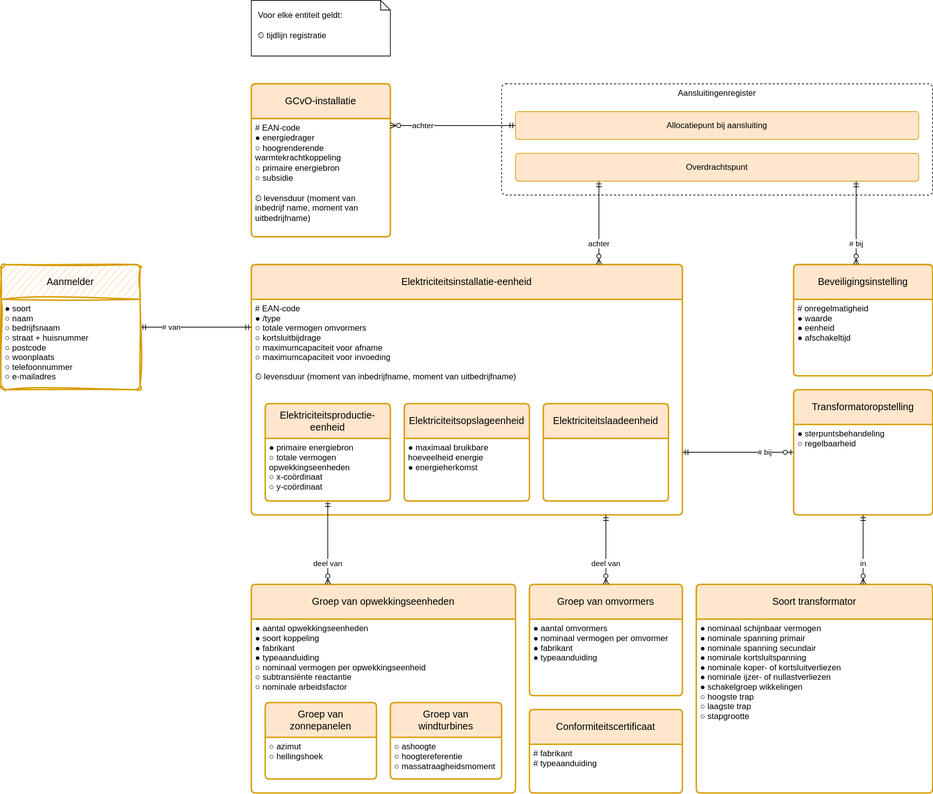
Before: registers/installatieregister/1.0/installatieregister.drawio.svg, a diagram exported from draw.io (Netbeheer-Nederland/stelsel). Source tidied: cells renumbered, new cells last; positions are measured from the earlier drawing's top-left corner, leaving out a move shared by most shapes.
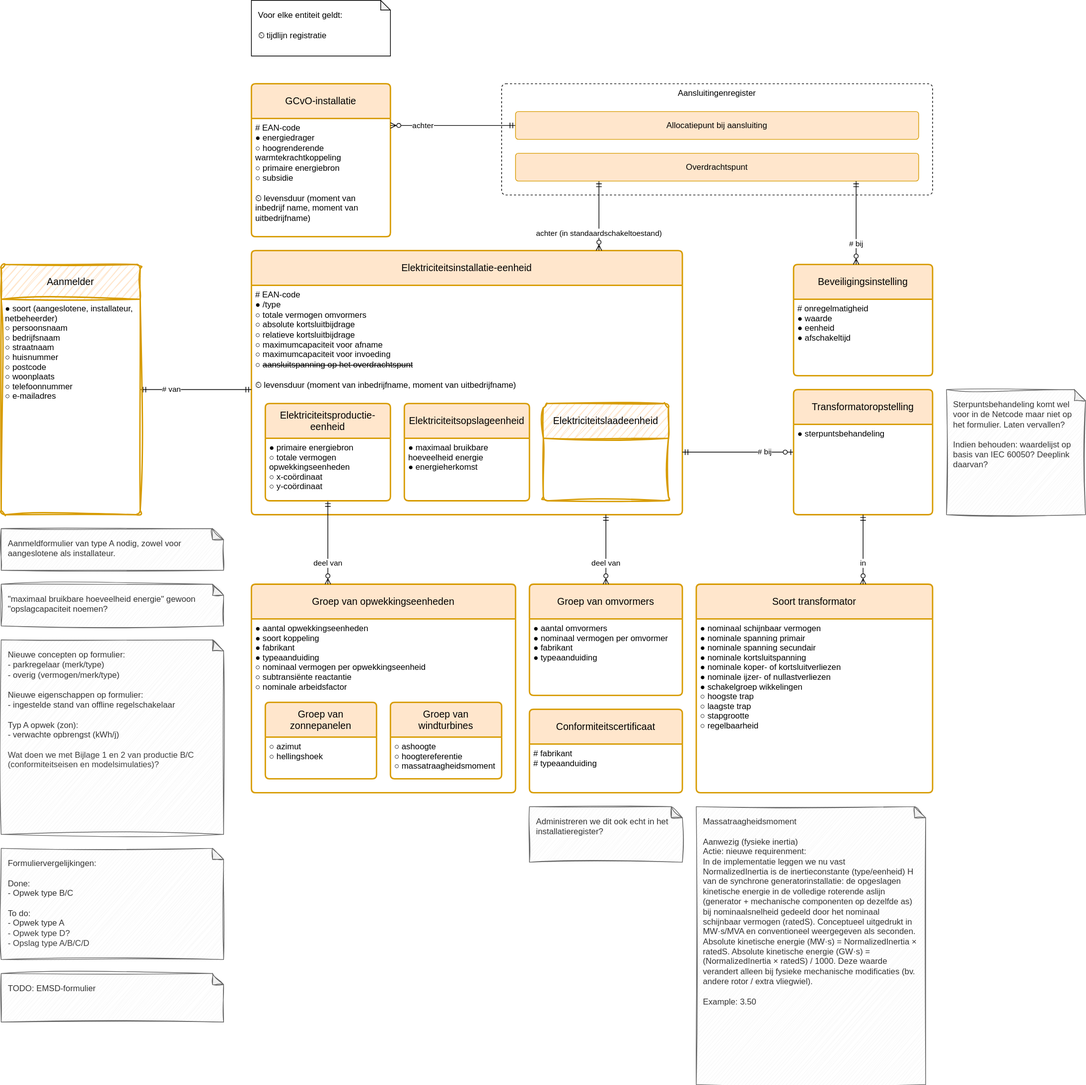
Above is the later version.

Commit message:
Excel met GAPs verwerkt

Change to the diagram source:
```diff
@@ -15,10 +15,10 @@
       <mxGeometry x="-0.67" relative="1" as="geometry" />
     </mxCell>
     <mxCell id="6" value="Elektriciteitsinstallatie-eenheid" style="swimlane;horizontal=1;startSize=50;rounded=1;fontSize=14;fontStyle=0;strokeWidth=2;shadow=0;dashed=0;align=center;fillColor=#ffe6cc;strokeColor=#d79b00;arcSize=4;whiteSpace=wrap;html=1;spacing=10;" parent="1" vertex="1">
-      <mxGeometry x="360" y="380" width="620" height="360" as="geometry" />
+      <mxGeometry x="360" y="360" width="620" height="380" as="geometry" />
     </mxCell>
-    <mxCell id="7" value="# EAN-code&#10;● /type&#10;○ totale vermogen omvormers&#10;○ kortsluitbijdrage&#10;○ maximumcapaciteit voor afname&#10;○ maximumcapaciteit voor invoeding&#10;&#10;⏲ levensduur (moment van inbedrijfname, moment van uitbedrijfname)" style="align=left;strokeColor=none;fillColor=none;spacingLeft=4;fontSize=12;verticalAlign=top;" parent="6" vertex="1">
-      <mxGeometry y="50" width="620" height="310" as="geometry" />
+    <mxCell id="7" value="&lt;font&gt;# EAN-code&lt;br&gt;● /type&lt;br&gt;○&amp;nbsp;totale vermogen omvormers&lt;br&gt;○ absolute kortsluitbijdrage&lt;br&gt;○ relatieve kortsluitbijdrage&lt;br&gt;○&amp;nbsp;maximumcapaciteit voor&amp;nbsp;afname&lt;br&gt;○&amp;nbsp;maximumcapaciteit voor&amp;nbsp;invoeding&lt;br&gt;○&amp;nbsp;&lt;strike&gt;aansluitspanning op het overdrachtspunt&lt;/strike&gt;&lt;br&gt;&lt;br&gt;&lt;/font&gt;&lt;div&gt;&lt;font&gt;⏲&amp;nbsp;levensduur (moment van inbedrijfname, moment van uitbedrijfname)&lt;/font&gt;&lt;/div&gt;" style="align=left;strokeColor=none;fillColor=none;spacingLeft=4;fontSize=12;verticalAlign=top;fontColor=default;html=1;" parent="6" vertex="1">
+      <mxGeometry y="50" width="620" height="330" as="geometry" />
     </mxCell>
     <mxCell id="8" value="Groep van opwekkingseenheden" style="swimlane;horizontal=1;startSize=50;rounded=1;fontSize=14;fontStyle=0;strokeWidth=2;shadow=0;dashed=0;align=center;fillColor=#ffe6cc;strokeColor=#d79b00;arcSize=4;whiteSpace=wrap;html=1;spacing=10;" parent="1" vertex="1">
       <mxGeometry x="360" y="840" width="380" height="300" as="geometry" />
@@ -29,7 +29,7 @@
     <mxCell id="10" value="Soort transformator" style="swimlane;horizontal=1;startSize=50;rounded=1;fontSize=14;fontStyle=0;strokeWidth=2;shadow=0;dashed=0;align=center;fillColor=#ffe6cc;strokeColor=#d79b00;arcSize=4;whiteSpace=wrap;html=1;spacing=10;" parent="1" vertex="1">
       <mxGeometry x="1000" y="840" width="340" height="300" as="geometry" />
     </mxCell>
-    <mxCell id="11" value="● nominaal schijnbaar vermogen&#10;● nominale spanning primair&#10;● nominale spanning secundair&#10;● nominale kortsluitspanning&#10;● nominale koper- of kortsluitverliezen&#10;● nominale ijzer- of nullastverliezen&#10;● schakelgroep wikkelingen&#10;○ hoogste trap&#10;○ laagste trap&#10;○ stapgrootte" style="align=left;strokeColor=none;fillColor=none;spacingLeft=4;fontSize=12;verticalAlign=top;" parent="10" vertex="1">
+    <mxCell id="11" value="● nominaal schijnbaar vermogen&#10;● nominale spanning primair&#10;● nominale spanning secundair&#10;● nominale kortsluitspanning&#10;● nominale koper- of kortsluitverliezen&#10;● nominale ijzer- of nullastverliezen&#10;● schakelgroep wikkelingen&#10;○ hoogste trap&#10;○ laagste trap&#10;○ stapgrootte&#10;○ regelbaarheid" style="align=left;strokeColor=none;fillColor=none;spacingLeft=4;fontSize=12;verticalAlign=top;" parent="10" vertex="1">
       <mxGeometry y="50" width="340" height="250" as="geometry" />
     </mxCell>
     <mxCell id="12" value="deel van" style="endArrow=ERzeroToMany;html=1;rounded=0;startArrow=ERmandOne;startFill=0;endFill=0;edgeStyle=elbowEdgeStyle;align=center;" parent="1" edge="1" source="14" target="8">
@@ -50,7 +50,7 @@
     <mxCell id="17" value="● maximaal bruikbare&#10;   hoeveelheid energie&#10;● energieherkomst" style="align=left;strokeColor=none;fillColor=none;spacingLeft=4;fontSize=12;verticalAlign=top;fontStyle=0;" parent="16" vertex="1">
       <mxGeometry y="50" width="180" height="90" as="geometry" />
     </mxCell>
-    <mxCell id="18" value="achter" style="endArrow=ERmandOne;html=1;rounded=0;endFill=0;startArrow=ERzeroToMany;startFill=0;align=center;edgeStyle=elbowEdgeStyle;" parent="1" edge="1" source="6" target="19">
+    <mxCell id="18" value="achter (in standaardschakeltoestand)" style="endArrow=ERmandOne;html=1;rounded=0;endFill=0;startArrow=ERzeroToMany;startFill=0;align=center;edgeStyle=elbowEdgeStyle;" parent="1" edge="1" source="6" target="19">
       <mxGeometry x="-0.5" relative="1" as="geometry" />
     </mxCell>
     <mxCell id="19" value="Overdrachtspunt" style="rounded=1;arcSize=10;whiteSpace=wrap;html=1;align=center;fillColor=#ffe6cc;strokeColor=#d79b00;" parent="1" vertex="1">
@@ -86,7 +86,7 @@
     <mxCell id="29" value="Transformatoropstelling" style="swimlane;horizontal=1;startSize=50;rounded=1;fontSize=14;fontStyle=0;strokeWidth=2;shadow=0;dashed=0;align=center;fillColor=#ffe6cc;strokeColor=#d79b00;arcSize=4;whiteSpace=wrap;html=1;spacing=10;" parent="1" vertex="1">
       <mxGeometry x="1140" y="560" width="200" height="180" as="geometry" />
     </mxCell>
-    <mxCell id="30" value="● sterpuntsbehandeling&#10;○ regelbaarheid" style="align=left;strokeColor=none;fillColor=none;spacingLeft=4;fontSize=12;verticalAlign=top;" parent="29" vertex="1">
+    <mxCell id="30" value="● sterpuntsbehandeling" style="align=left;strokeColor=none;fillColor=none;spacingLeft=4;fontSize=12;verticalAlign=top;" parent="29" vertex="1">
       <mxGeometry y="50" width="200" height="130" as="geometry" />
     </mxCell>
     <mxCell id="31" value="in" style="endArrow=ERzeroToMany;html=1;rounded=0;startArrow=ERmandOne;startFill=0;endFill=0;align=center;edgeStyle=elbowEdgeStyle;" parent="1" edge="1" source="29" target="10">
@@ -104,7 +104,7 @@
     <mxCell id="35" value="○ ashoogte&#10;○ hoogtereferentie&#10;○ massatraagheidsmoment" style="align=left;strokeColor=none;fillColor=none;spacingLeft=4;fontSize=12;verticalAlign=top;" parent="34" vertex="1">
       <mxGeometry y="50" width="160" height="60" as="geometry" />
     </mxCell>
-    <mxCell id="36" value="Elektriciteitslaadeenheid" style="swimlane;horizontal=1;startSize=50;rounded=1;fontSize=14;fontStyle=0;strokeWidth=2;shadow=0;dashed=0;align=center;fillColor=#ffe6cc;strokeColor=#d79b00;arcSize=4;whiteSpace=wrap;html=1;spacing=10;" parent="1" vertex="1">
+    <mxCell id="36" value="Elektriciteitslaadeenheid" style="swimlane;horizontal=1;startSize=50;rounded=1;fontSize=14;fontStyle=0;strokeWidth=2;shadow=0;dashed=0;align=center;fillColor=#ffe6cc;strokeColor=#d79b00;arcSize=4;whiteSpace=wrap;html=1;spacing=10;sketch=1;curveFitting=1;jiggle=2;" parent="1" vertex="1">
       <mxGeometry x="780" y="580" width="180" height="140" as="geometry" />
     </mxCell>
     <mxCell id="37" value=" " style="align=left;strokeColor=none;fillColor=none;spacingLeft=4;fontSize=12;verticalAlign=top;fontStyle=0;" parent="36" vertex="1">
@@ -117,10 +117,34 @@
       <mxGeometry x="-0.62" relative="1" as="geometry" />
     </mxCell>
     <mxCell id="40" value="Aanmelder" style="swimlane;horizontal=1;startSize=50;rounded=1;fontSize=14;fontStyle=0;strokeWidth=2;shadow=0;dashed=0;align=center;fillColor=#ffe6cc;strokeColor=#d79b00;arcSize=4;whiteSpace=wrap;html=1;spacing=10;sketch=1;curveFitting=1;jiggle=2;" parent="1" vertex="1">
-      <mxGeometry y="380" width="200" height="180" as="geometry" />
+      <mxGeometry y="380" width="200" height="360" as="geometry" />
     </mxCell>
-    <mxCell id="41" value="● soort&#10;○ naam &#10;○ bedrijfsnaam &#10;○ straat + huisnummer&#10;○ postcode&#10;○ woonplaats&#10;○ telefoonnummer&#10;○ e-mailadres" style="align=left;strokeColor=none;fillColor=none;spacingLeft=4;fontSize=12;verticalAlign=top;" parent="40" vertex="1">
-      <mxGeometry y="50" width="200" height="130" as="geometry" />
+    <mxCell id="41" value="● soort (aangeslotene, installateur,&#10;   netbeheerder)&#10;○ persoonsnaam &#10;○ bedrijfsnaam &#10;○ straatnaam&#10;○ huisnummer&#10;○ postcode&#10;○ woonplaats&#10;○ telefoonnummer&#10;○ e-mailadres" style="align=left;strokeColor=none;fillColor=none;spacingLeft=4;fontSize=12;verticalAlign=top;" parent="40" vertex="1">
+      <mxGeometry y="50" width="200" height="310" as="geometry" />
     </mxCell>
+    <mxCell id="42" value="Aanmeldformulier van type A nodig, zowel voor aangeslotene als installateur." style="shape=note;whiteSpace=wrap;html=1;backgroundOutline=1;darkOpacity=0.05;sketch=1;curveFitting=1;jiggle=2;fillColor=#f5f5f5;fontColor=#333333;strokeColor=#666666;spacing=10;verticalAlign=top;align=left;size=16;" parent="1" vertex="1">
+      <mxGeometry y="760" width="320" height="60" as="geometry" />
+    </mxCell>
+    <mxCell id="43" value="Sterpuntsbehandeling komt wel voor in de Netcode maar niet op het formulier. Laten vervallen?&lt;div&gt;&lt;br&gt;&lt;/div&gt;&lt;div&gt;Indien behouden: waardelijst op basis van IEC 60050? Deeplink daarvan?&lt;/div&gt;" style="shape=note;whiteSpace=wrap;html=1;backgroundOutline=1;darkOpacity=0.05;sketch=1;curveFitting=1;jiggle=2;fillColor=#f5f5f5;fontColor=#333333;strokeColor=#666666;spacing=10;verticalAlign=top;align=left;size=16;" parent="1" vertex="1">
+      <mxGeometry x="1360" y="560" width="200" height="180" as="geometry" />
+    </mxCell>
+    <mxCell id="44" value="&lt;div&gt;&lt;font color=&quot;#333333&quot;&gt;Massatraagheidsmoment&lt;/font&gt;&lt;/div&gt;&lt;div&gt;&lt;font color=&quot;#333333&quot;&gt;&lt;br&gt;&lt;/font&gt;&lt;/div&gt;&lt;div&gt;&lt;font color=&quot;#333333&quot;&gt;Aanwezig (fysieke inertia)&lt;/font&gt;&lt;/div&gt;&lt;div&gt;&lt;font color=&quot;#333333&quot;&gt;Actie: nieuwe requirenment:&lt;/font&gt;&lt;/div&gt;&lt;div&gt;&lt;font color=&quot;#333333&quot;&gt;In de implementatie leggen we nu vast&lt;/font&gt;&lt;/div&gt;&lt;div&gt;&lt;font color=&quot;#333333&quot;&gt;NormalizedInertia is de inertieconstante (type/eenheid) H van de synchrone generatorinstallatie: de opgeslagen kinetische energie in de volledige roterende aslijn (generator + mechanische componenten op dezelfde as) bij nominaalsnelheid gedeeld door het nominaal schijnbaar vermogen (ratedS). Conceptueel uitgedrukt in MW·s/MVA en conventioneel weergegeven als seconden. Absolute kinetische energie (MW·s) = NormalizedInertia × ratedS. Absolute kinetische energie (GW·s) = (NormalizedInertia × ratedS) / 1000. Deze waarde verandert alleen bij fysieke mechanische modificaties (bv. andere rotor / extra vliegwiel).&lt;/font&gt;&lt;/div&gt;&lt;div&gt;&lt;font color=&quot;#333333&quot;&gt;&lt;br&gt;&lt;/font&gt;&lt;/div&gt;&lt;div&gt;&lt;font color=&quot;#333333&quot;&gt;Example: 3.50&lt;/font&gt;&lt;/div&gt;" style="shape=note;whiteSpace=wrap;html=1;backgroundOutline=1;darkOpacity=0.05;sketch=1;curveFitting=1;jiggle=2;fillColor=#f5f5f5;fontColor=#333333;strokeColor=#666666;spacing=10;verticalAlign=top;align=left;size=16;" parent="1" vertex="1">
+      <mxGeometry x="1000" y="1160" width="330" height="400" as="geometry" />
+    </mxCell>
+    <mxCell id="45" value="&quot;maximaal bruikbare hoeveelheid energie&quot; gewoon &quot;opslagcapaciteit noemen?" style="shape=note;whiteSpace=wrap;html=1;backgroundOutline=1;darkOpacity=0.05;sketch=1;curveFitting=1;jiggle=2;fillColor=#f5f5f5;fontColor=#333333;strokeColor=#666666;spacing=10;verticalAlign=top;align=left;size=16;" parent="1" vertex="1">
+      <mxGeometry y="840" width="320" height="60" as="geometry" />
+    </mxCell>
+    <mxCell id="46" value="Nieuwe concepten op formulier:&lt;div&gt;- parkregelaar (merk/type)&lt;/div&gt;&lt;div&gt;- overig (vermogen/merk/type)&lt;/div&gt;&lt;div&gt;&lt;br&gt;&lt;/div&gt;&lt;div&gt;Nieuwe eigenschappen op formulier:&lt;/div&gt;&lt;div&gt;- ingestelde stand van offline regelschakelaar&lt;/div&gt;&lt;div&gt;&lt;br&gt;&lt;/div&gt;&lt;div&gt;Typ A opwek (zon):&lt;/div&gt;&lt;div&gt;- verwachte opbrengst (kWh/j)&lt;/div&gt;&lt;div&gt;&lt;br&gt;&lt;/div&gt;&lt;div&gt;&lt;span style=&quot;color: rgb(63, 63, 63); background-color: transparent;&quot;&gt;Wat doen we met Bijlage 1 en 2 van productie B/C (conformiteitseisen en modelsimulaties)?&lt;/span&gt;&lt;/div&gt;" style="shape=note;whiteSpace=wrap;html=1;backgroundOutline=1;darkOpacity=0.05;sketch=1;curveFitting=1;jiggle=2;fillColor=#f5f5f5;fontColor=#333333;strokeColor=#666666;spacing=10;verticalAlign=top;align=left;size=16;" parent="1" vertex="1">
+      <mxGeometry y="920" width="320" height="280" as="geometry" />
+    </mxCell>
+    <mxCell id="47" value="Administreren we dit ook echt in het installatieregister?" style="shape=note;whiteSpace=wrap;html=1;backgroundOutline=1;darkOpacity=0.05;sketch=1;curveFitting=1;jiggle=2;fillColor=#f5f5f5;fontColor=#333333;strokeColor=#666666;spacing=10;verticalAlign=top;align=left;size=16;" parent="1" vertex="1">
+      <mxGeometry x="760" y="1160" width="220" height="80" as="geometry" />
+    </mxCell>
+    <mxCell id="48" value="&lt;div&gt;Formuliervergelijkingen:&lt;/div&gt;&lt;div&gt;&lt;br&gt;&lt;/div&gt;Done:&lt;div&gt;- Opwek type B/C&lt;/div&gt;&lt;div&gt;&lt;br&gt;&lt;/div&gt;&lt;div&gt;To do:&lt;/div&gt;&lt;div&gt;- Opwek type A&lt;/div&gt;&lt;div&gt;&lt;span style=&quot;color: rgb(63, 63, 63); background-color: transparent;&quot;&gt;- Opwek type D?&lt;/span&gt;&lt;/div&gt;&lt;div&gt;&lt;div style=&quot;color: rgb(63, 63, 63); scrollbar-color: rgb(226, 226, 226) rgb(251, 251, 251);&quot;&gt;- Opslag type A/B/C/D&lt;/div&gt;&lt;/div&gt;&lt;div style=&quot;color: rgb(63, 63, 63); scrollbar-color: rgb(226, 226, 226) rgb(251, 251, 251);&quot;&gt;&lt;br&gt;&lt;/div&gt;" style="shape=note;whiteSpace=wrap;html=1;backgroundOutline=1;darkOpacity=0.05;sketch=1;curveFitting=1;jiggle=2;fillColor=#f5f5f5;fontColor=#333333;strokeColor=#666666;spacing=10;verticalAlign=top;align=left;size=16;" parent="1" vertex="1">
+      <mxGeometry y="1220" width="320" height="160" as="geometry" />
+    </mxCell>
+    <mxCell id="49" value="TODO: EMSD-formulier" style="shape=note;whiteSpace=wrap;html=1;backgroundOutline=1;darkOpacity=0.05;spacing=10;verticalAlign=top;align=left;size=16;fillColor=#f5f5f5;fontColor=#333333;strokeColor=#666666;sketch=1;curveFitting=1;jiggle=2;" parent="1" vertex="1">
+      <mxGeometry y="1400" width="320" height="70" as="geometry" />
+    </mxCell>
   </root>
 </mxGraphModel>
```
